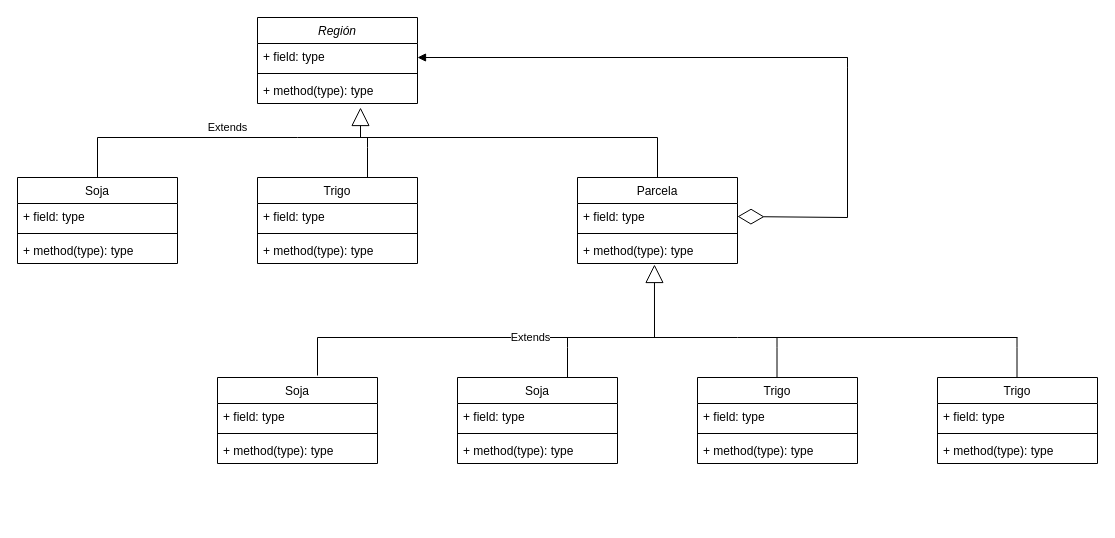
This is unq-po2-tpComposite-Cultivos.drawio from nhubczyk/Diagramas-UML, a draw.io file, before an edit. Source tidied: cells renumbered, new cells numbered last; positions are measured from the earlier drawing's top-left corner, leaving out a move shared by most shapes. Both pictures are drawn from the tidied source at 100%, with x=0, y=0 at pixel (17, 17).
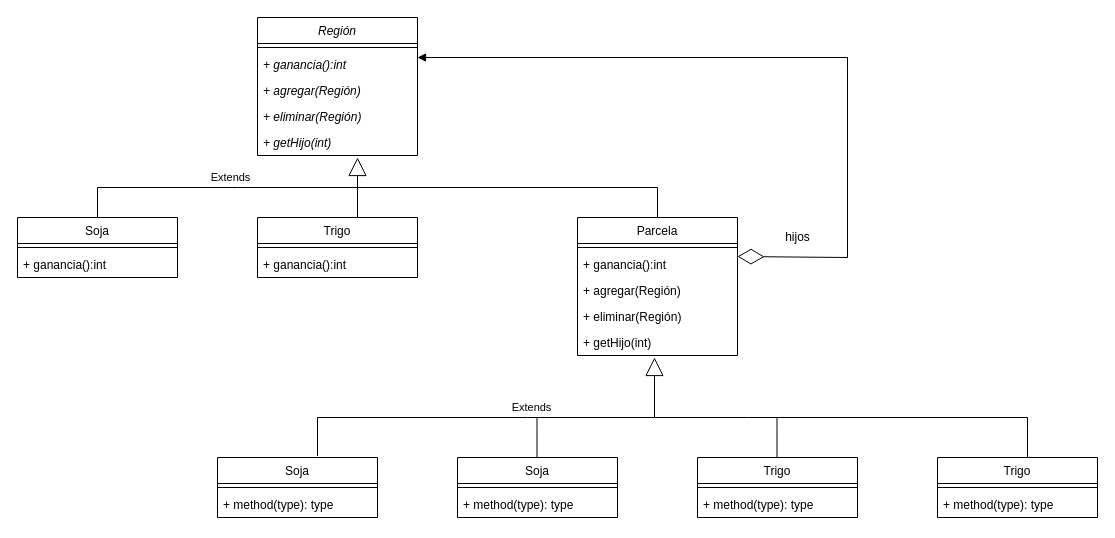
Above is the later version.

What changed in the source:
```diff
@@
     <mxCell id="2" value="Región" style="swimlane;fontStyle=2;align=center;verticalAlign=top;horizontal=1;startSize=26;" parent="1" vertex="1">
-      <mxGeometry x="240" width="160" height="86" as="geometry" />
+      <mxGeometry x="240" width="160" height="138" as="geometry" />
     </mxCell>
-    <mxCell id="3" value="+ field: type" style="text;strokeColor=none;fillColor=none;align=left;verticalAlign=top;spacingLeft=4;spacingRight=4;overflow=hidden;" parent="2" vertex="1">
-      <mxGeometry y="26" width="160" height="26" as="geometry" />
-    </mxCell>
     <mxCell id="4" style="line;strokeWidth=1;fillColor=none;align=left;verticalAlign=middle;spacingTop=-1;spacingLeft=3;spacingRight=3;labelPosition=right;strokeColor=inherit;" parent="2" vertex="1">
-      <mxGeometry y="52" width="160" height="8" as="geometry" />
+      <mxGeometry y="26" width="160" height="8" as="geometry" />
     </mxCell>
-    <mxCell id="5" value="+ method(type): type" style="text;strokeColor=none;fillColor=none;align=left;verticalAlign=top;spacingLeft=4;spacingRight=4;overflow=hidden;" parent="2" vertex="1">
-      <mxGeometry y="60" width="160" height="26" as="geometry" />
+    <mxCell id="5" value="+ ganancia():int" style="text;strokeColor=none;fillColor=none;align=left;verticalAlign=top;spacingLeft=4;spacingRight=4;overflow=hidden;fontStyle=2;" parent="2" vertex="1">
+      <mxGeometry y="34" width="160" height="26" as="geometry" />
     </mxCell>
+    <mxCell id="44" value="+ agregar(Región)" style="text;strokeColor=none;fillColor=none;align=left;verticalAlign=top;spacingLeft=4;spacingRight=4;overflow=hidden;fontStyle=2;" parent="2" vertex="1">
+      <mxGeometry y="60" width="160" height="26" as="geometry" />
+    </mxCell>
+    <mxCell id="45" value="+ eliminar(Región)" style="text;strokeColor=none;fillColor=none;align=left;verticalAlign=top;spacingLeft=4;spacingRight=4;overflow=hidden;fontStyle=2;" parent="2" vertex="1">
+      <mxGeometry y="86" width="160" height="26" as="geometry" />
+    </mxCell>
+    <mxCell id="46" value="+ getHijo(int)" style="text;strokeColor=none;fillColor=none;align=left;verticalAlign=top;spacingLeft=4;spacingRight=4;overflow=hidden;fontStyle=2;" parent="2" vertex="1">
+      <mxGeometry y="112" width="160" height="26" as="geometry" />
+    </mxCell>
     <mxCell id="6" value="Soja" style="swimlane;fontStyle=0;align=center;verticalAlign=top;horizontal=1;startSize=26;" parent="1" vertex="1">
-      <mxGeometry y="160" width="160" height="86" as="geometry" />
+      <mxGeometry y="200" width="160" height="60" as="geometry" />
     </mxCell>
-    <mxCell id="7" value="+ field: type" style="text;strokeColor=none;fillColor=none;align=left;verticalAlign=top;spacingLeft=4;spacingRight=4;overflow=hidden;" parent="6" vertex="1">
-      <mxGeometry y="26" width="160" height="26" as="geometry" />
-    </mxCell>
     <mxCell id="8" style="line;strokeWidth=1;fillColor=none;align=left;verticalAlign=middle;spacingTop=-1;spacingLeft=3;spacingRight=3;labelPosition=right;strokeColor=inherit;" parent="6" vertex="1">
-      <mxGeometry y="52" width="160" height="8" as="geometry" />
+      <mxGeometry y="26" width="160" height="8" as="geometry" />
     </mxCell>
-    <mxCell id="9" value="+ method(type): type" style="text;strokeColor=none;fillColor=none;align=left;verticalAlign=top;spacingLeft=4;spacingRight=4;overflow=hidden;" parent="6" vertex="1">
-      <mxGeometry y="60" width="160" height="26" as="geometry" />
-    </mxCell>
+    <mxCell id="47" value="+ ganancia():int" style="text;strokeColor=none;fillColor=none;align=left;verticalAlign=top;spacingLeft=4;spacingRight=4;overflow=hidden;fontStyle=0;" parent="6" vertex="1">
+      <mxGeometry y="34" width="160" height="26" as="geometry" />
+    </mxCell>
     <mxCell id="10" value="Trigo" style="swimlane;fontStyle=0;align=center;verticalAlign=top;horizontal=1;startSize=26;" parent="1" vertex="1">
-      <mxGeometry x="240" y="160" width="160" height="86" as="geometry" />
+      <mxGeometry x="240" y="200" width="160" height="60" as="geometry" />
     </mxCell>
-    <mxCell id="11" value="+ field: type" style="text;strokeColor=none;fillColor=none;align=left;verticalAlign=top;spacingLeft=4;spacingRight=4;overflow=hidden;" parent="10" vertex="1">
-      <mxGeometry y="26" width="160" height="26" as="geometry" />
-    </mxCell>
     <mxCell id="12" style="line;strokeWidth=1;fillColor=none;align=left;verticalAlign=middle;spacingTop=-1;spacingLeft=3;spacingRight=3;labelPosition=right;strokeColor=inherit;" parent="10" vertex="1">
-      <mxGeometry y="52" width="160" height="8" as="geometry" />
+      <mxGeometry y="26" width="160" height="8" as="geometry" />
     </mxCell>
-    <mxCell id="13" value="+ method(type): type" style="text;strokeColor=none;fillColor=none;align=left;verticalAlign=top;spacingLeft=4;spacingRight=4;overflow=hidden;" parent="10" vertex="1">
-      <mxGeometry y="60" width="160" height="26" as="geometry" />
-    </mxCell>
+    <mxCell id="48" value="+ ganancia():int" style="text;strokeColor=none;fillColor=none;align=left;verticalAlign=top;spacingLeft=4;spacingRight=4;overflow=hidden;fontStyle=0;" parent="10" vertex="1">
+      <mxGeometry y="34" width="160" height="26" as="geometry" />
+    </mxCell>
     <mxCell id="14" value="Parcela" style="swimlane;fontStyle=0;align=center;verticalAlign=top;horizontal=1;startSize=26;" parent="1" vertex="1">
-      <mxGeometry x="560" y="160" width="160" height="86" as="geometry" />
+      <mxGeometry x="560" y="200" width="160" height="138" as="geometry" />
     </mxCell>
-    <mxCell id="15" value="+ field: type" style="text;strokeColor=none;fillColor=none;align=left;verticalAlign=top;spacingLeft=4;spacingRight=4;overflow=hidden;points=[[0,0.5],[1,0.5]];portConstraint=eastwest;" parent="14" vertex="1">
-      <mxGeometry y="26" width="160" height="26" as="geometry" />
-    </mxCell>
     <mxCell id="16" style="line;strokeWidth=1;fillColor=none;align=left;verticalAlign=middle;spacingTop=-1;spacingLeft=3;spacingRight=3;labelPosition=right;strokeColor=inherit;" parent="14" vertex="1">
-      <mxGeometry y="52" width="160" height="8" as="geometry" />
+      <mxGeometry y="26" width="160" height="8" as="geometry" />
     </mxCell>
-    <mxCell id="17" value="+ method(type): type" style="text;strokeColor=none;fillColor=none;align=left;verticalAlign=top;spacingLeft=4;spacingRight=4;overflow=hidden;points=[[0,0.5],[1,0.5]];portConstraint=eastwest;" parent="14" vertex="1">
-      <mxGeometry y="60" width="160" height="26" as="geometry" />
-    </mxCell>
+    <mxCell id="49" value="+ ganancia():int" style="text;strokeColor=none;fillColor=none;align=left;verticalAlign=top;spacingLeft=4;spacingRight=4;overflow=hidden;fontStyle=0;" parent="14" vertex="1">
+      <mxGeometry y="34" width="160" height="26" as="geometry" />
+    </mxCell>
+    <mxCell id="50" value="+ agregar(Región)" style="text;strokeColor=none;fillColor=none;align=left;verticalAlign=top;spacingLeft=4;spacingRight=4;overflow=hidden;fontStyle=0;" parent="14" vertex="1">
+      <mxGeometry y="60" width="160" height="26" as="geometry" />
+    </mxCell>
+    <mxCell id="51" value="+ eliminar(Región)" style="text;strokeColor=none;fillColor=none;align=left;verticalAlign=top;spacingLeft=4;spacingRight=4;overflow=hidden;fontStyle=0;" parent="14" vertex="1">
+      <mxGeometry y="86" width="160" height="26" as="geometry" />
+    </mxCell>
+    <mxCell id="52" value="+ getHijo(int)" style="text;strokeColor=none;fillColor=none;align=left;verticalAlign=top;spacingLeft=4;spacingRight=4;overflow=hidden;fontStyle=0;" parent="14" vertex="1">
+      <mxGeometry y="112" width="160" height="26" as="geometry" />
+    </mxCell>
     <mxCell id="18" value="Soja" style="swimlane;fontStyle=0;align=center;verticalAlign=top;horizontal=1;startSize=26;" parent="1" vertex="1">
-      <mxGeometry x="200" y="360" width="160" height="86" as="geometry" />
+      <mxGeometry x="200" y="440" width="160" height="60" as="geometry" />
     </mxCell>
-    <mxCell id="19" value="+ field: type" style="text;strokeColor=none;fillColor=none;align=left;verticalAlign=top;spacingLeft=4;spacingRight=4;overflow=hidden;" parent="18" vertex="1">
-      <mxGeometry y="26" width="160" height="26" as="geometry" />
-    </mxCell>
     <mxCell id="20" style="line;strokeWidth=1;fillColor=none;align=left;verticalAlign=middle;spacingTop=-1;spacingLeft=3;spacingRight=3;labelPosition=right;strokeColor=inherit;" parent="18" vertex="1">
-      <mxGeometry y="52" width="160" height="8" as="geometry" />
+      <mxGeometry y="26" width="160" height="8" as="geometry" />
     </mxCell>
     <mxCell id="21" value="+ method(type): type" style="text;strokeColor=none;fillColor=none;align=left;verticalAlign=top;spacingLeft=4;spacingRight=4;overflow=hidden;" parent="18" vertex="1">
-      <mxGeometry y="60" width="160" height="26" as="geometry" />
+      <mxGeometry y="34" width="160" height="26" as="geometry" />
     </mxCell>
     <mxCell id="22" value="Soja" style="swimlane;fontStyle=0;align=center;verticalAlign=top;horizontal=1;startSize=26;" parent="1" vertex="1">
-      <mxGeometry x="440" y="360" width="160" height="86" as="geometry" />
+      <mxGeometry x="440" y="440" width="160" height="60" as="geometry" />
     </mxCell>
-    <mxCell id="23" value="+ field: type" style="text;strokeColor=none;fillColor=none;align=left;verticalAlign=top;spacingLeft=4;spacingRight=4;overflow=hidden;" parent="22" vertex="1">
-      <mxGeometry y="26" width="160" height="26" as="geometry" />
-    </mxCell>
     <mxCell id="24" style="line;strokeWidth=1;fillColor=none;align=left;verticalAlign=middle;spacingTop=-1;spacingLeft=3;spacingRight=3;labelPosition=right;strokeColor=inherit;" parent="22" vertex="1">
-      <mxGeometry y="52" width="160" height="8" as="geometry" />
+      <mxGeometry y="26" width="160" height="8" as="geometry" />
     </mxCell>
     <mxCell id="25" value="+ method(type): type" style="text;strokeColor=none;fillColor=none;align=left;verticalAlign=top;spacingLeft=4;spacingRight=4;overflow=hidden;" parent="22" vertex="1">
-      <mxGeometry y="60" width="160" height="26" as="geometry" />
+      <mxGeometry y="34" width="160" height="26" as="geometry" />
     </mxCell>
     <mxCell id="26" value="Trigo" style="swimlane;fontStyle=0;align=center;verticalAlign=top;horizontal=1;startSize=26;" parent="1" vertex="1">
-      <mxGeometry x="680" y="360" width="160" height="86" as="geometry" />
+      <mxGeometry x="680" y="440" width="160" height="60" as="geometry" />
     </mxCell>
-    <mxCell id="27" value="+ field: type" style="text;strokeColor=none;fillColor=none;align=left;verticalAlign=top;spacingLeft=4;spacingRight=4;overflow=hidden;" parent="26" vertex="1">
-      <mxGeometry y="26" width="160" height="26" as="geometry" />
-    </mxCell>
     <mxCell id="28" style="line;strokeWidth=1;fillColor=none;align=left;verticalAlign=middle;spacingTop=-1;spacingLeft=3;spacingRight=3;labelPosition=right;strokeColor=inherit;" parent="26" vertex="1">
-      <mxGeometry y="52" width="160" height="8" as="geometry" />
+      <mxGeometry y="26" width="160" height="8" as="geometry" />
     </mxCell>
     <mxCell id="29" value="+ method(type): type" style="text;strokeColor=none;fillColor=none;align=left;verticalAlign=top;spacingLeft=4;spacingRight=4;overflow=hidden;" parent="26" vertex="1">
-      <mxGeometry y="60" width="160" height="26" as="geometry" />
+      <mxGeometry y="34" width="160" height="26" as="geometry" />
     </mxCell>
     <mxCell id="30" value="Trigo" style="swimlane;fontStyle=0;align=center;verticalAlign=top;horizontal=1;startSize=26;" parent="1" vertex="1">
-      <mxGeometry x="920" y="360" width="160" height="86" as="geometry" />
+      <mxGeometry x="920" y="440" width="160" height="60" as="geometry" />
     </mxCell>
-    <mxCell id="31" value="+ field: type" style="text;strokeColor=none;fillColor=none;align=left;verticalAlign=top;spacingLeft=4;spacingRight=4;overflow=hidden;" parent="30" vertex="1">
-      <mxGeometry y="26" width="160" height="26" as="geometry" />
-    </mxCell>
     <mxCell id="32" style="line;strokeWidth=1;fillColor=none;align=left;verticalAlign=middle;spacingTop=-1;spacingLeft=3;spacingRight=3;labelPosition=right;strokeColor=inherit;" parent="30" vertex="1">
-      <mxGeometry y="52" width="160" height="8" as="geometry" />
+      <mxGeometry y="26" width="160" height="8" as="geometry" />
     </mxCell>
     <mxCell id="33" value="+ method(type): type" style="text;strokeColor=none;fillColor=none;align=left;verticalAlign=top;spacingLeft=4;spacingRight=4;overflow=hidden;" parent="30" vertex="1">
-      <mxGeometry y="60" width="160" height="26" as="geometry" />
+      <mxGeometry y="34" width="160" height="26" as="geometry" />
     </mxCell>
-    <mxCell id="34" value="Extends" style="endArrow=block;endSize=16;endFill=0;html=1;rounded=0;exitX=0.625;exitY=-0.023;exitDx=0;exitDy=0;exitPerimeter=0;entryX=0.481;entryY=1.038;entryDx=0;entryDy=0;entryPerimeter=0;" parent="1" edge="1" source="18" target="17">
-      <mxGeometry x="0.12" relative="1" as="geometry">
+    <mxCell id="34" value="Extends" style="endArrow=block;endSize=16;endFill=0;html=1;rounded=0;exitX=0.625;exitY=-0.023;exitDx=0;exitDy=0;exitPerimeter=0;" parent="1" edge="1" source="18">
+      <mxGeometry x="0.16" y="10" relative="1" as="geometry">
+        <mxPoint x="637" y="340" as="targetPoint" />
         <Array as="points">
-          <mxPoint x="300" y="320" />
-          <mxPoint x="510" y="320" />
-          <mxPoint x="637" y="320" />
+          <mxPoint x="300" y="400" />
+          <mxPoint x="510" y="400" />
+          <mxPoint x="637" y="400" />
         </Array>
       </mxGeometry>
     </mxCell>
     <mxCell id="35" style="endArrow=none;html=1;edgeStyle=orthogonalEdgeStyle;rounded=0;" parent="1" edge="1">
       <mxGeometry relative="1" as="geometry">
-        <mxPoint x="630" y="320" as="sourcePoint" />
-        <mxPoint x="1000" y="320" as="targetPoint" />
+        <mxPoint x="630" y="400" as="sourcePoint" />
+        <mxPoint x="1010" y="400" as="targetPoint" />
         <Array as="points">
-          <mxPoint x="720" y="320" />
-          <mxPoint x="720" y="320" />
+          <mxPoint x="730" y="400" />
+          <mxPoint x="730" y="400" />
         </Array>
       </mxGeometry>
     </mxCell>
     <mxCell id="36" style="endArrow=none;html=1;edgeStyle=orthogonalEdgeStyle;rounded=0;" parent="1" edge="1">
       <mxGeometry relative="1" as="geometry">
-        <mxPoint x="550" y="320" as="sourcePoint" />
-        <mxPoint x="550" y="360" as="targetPoint" />
+        <mxPoint x="519.5" y="400" as="sourcePoint" />
+        <mxPoint x="519.5" y="440" as="targetPoint" />
         <Array as="points">
-          <mxPoint x="550" y="330" />
-          <mxPoint x="550" y="330" />
+          <mxPoint x="519.5" y="410" />
+          <mxPoint x="519.5" y="410" />
         </Array>
       </mxGeometry>
     </mxCell>
     <mxCell id="37" style="endArrow=none;html=1;edgeStyle=orthogonalEdgeStyle;rounded=0;" parent="1" edge="1">
       <mxGeometry relative="1" as="geometry">
-        <mxPoint x="759.5" y="320" as="sourcePoint" />
-        <mxPoint x="759.5" y="360" as="targetPoint" />
+        <mxPoint x="759.5" y="400" as="sourcePoint" />
+        <mxPoint x="759.5" y="440" as="targetPoint" />
         <Array as="points">
-          <mxPoint x="759.5" y="330" />
-          <mxPoint x="759.5" y="330" />
+          <mxPoint x="759.5" y="410" />
+          <mxPoint x="759.5" y="410" />
         </Array>
       </mxGeometry>
     </mxCell>
     <mxCell id="38" style="endArrow=none;html=1;edgeStyle=orthogonalEdgeStyle;rounded=0;" parent="1" edge="1">
       <mxGeometry relative="1" as="geometry">
-        <mxPoint x="999.5" y="320" as="sourcePoint" />
-        <mxPoint x="999.5" y="360" as="targetPoint" />
+        <mxPoint x="1010" y="400" as="sourcePoint" />
+        <mxPoint x="1010" y="440" as="targetPoint" />
         <Array as="points">
-          <mxPoint x="999.5" y="330" />
-          <mxPoint x="999.5" y="330" />
+          <mxPoint x="1010" y="410" />
+          <mxPoint x="1010" y="410" />
         </Array>
       </mxGeometry>
     </mxCell>
-    <mxCell id="39" style="endArrow=diamondThin;endFill=0;endSize=24;html=1;rounded=0;entryX=1;entryY=0.5;entryDx=0;entryDy=0;" parent="1" edge="1" target="15">
+    <mxCell id="39" style="endArrow=diamondThin;endFill=0;endSize=24;html=1;rounded=0;entryX=1;entryY=0.5;entryDx=0;entryDy=0;" parent="1" edge="1">
       <mxGeometry relative="1" as="geometry">
         <mxPoint x="830" y="50" as="sourcePoint" />
+        <mxPoint x="720" y="239" as="targetPoint" />
         <Array as="points">
           <mxPoint x="830" y="40" />
           <mxPoint x="830" y="50" />
-          <mxPoint x="830" y="200" />
+          <mxPoint x="830" y="240" />
         </Array>
       </mxGeometry>
     </mxCell>
@@
     <mxCell id="41" value="Extends" style="endArrow=block;endSize=16;endFill=0;html=1;rounded=0;exitX=0.5;exitY=0;exitDx=0;exitDy=0;" parent="1" edge="1" source="6">
       <mxGeometry x="0.02" y="10" relative="1" as="geometry">
-        <mxPoint x="343" y="90" as="targetPoint" />
+        <mxPoint x="340" y="140" as="targetPoint" />
         <Array as="points">
-          <mxPoint x="80" y="120" />
-          <mxPoint x="280" y="120" />
-          <mxPoint x="343" y="120" />
+          <mxPoint x="80" y="170" />
+          <mxPoint x="220" y="170" />
+          <mxPoint x="340" y="170" />
         </Array>
       </mxGeometry>
     </mxCell>
     <mxCell id="42" style="endArrow=none;html=1;edgeStyle=orthogonalEdgeStyle;rounded=0;" parent="1" edge="1">
       <mxGeometry relative="1" as="geometry">
-        <mxPoint x="340" y="120" as="sourcePoint" />
-        <mxPoint x="640" y="160" as="targetPoint" />
+        <mxPoint x="340" y="170" as="sourcePoint" />
+        <mxPoint x="640" y="200" as="targetPoint" />
         <Array as="points">
-          <mxPoint x="640" y="120" />
+          <mxPoint x="640" y="170" />
         </Array>
       </mxGeometry>
     </mxCell>
     <mxCell id="43" style="endArrow=none;html=1;edgeStyle=orthogonalEdgeStyle;rounded=0;" parent="1" edge="1">
       <mxGeometry relative="1" as="geometry">
-        <mxPoint x="350" y="120" as="sourcePoint" />
-        <mxPoint x="350" y="160" as="targetPoint" />
+        <mxPoint x="340" y="160" as="sourcePoint" />
+        <mxPoint x="340" y="200" as="targetPoint" />
         <Array as="points">
-          <mxPoint x="350" y="130" />
-          <mxPoint x="350" y="130" />
+          <mxPoint x="340" y="170" />
+          <mxPoint x="340" y="170" />
         </Array>
       </mxGeometry>
     </mxCell>
+    <mxCell id="53" value="hijos" style="text;html=1;align=center;verticalAlign=middle;strokeColor=none;fillColor=none;" parent="1" vertex="1">
+      <mxGeometry x="755" y="205" width="50" height="30" as="geometry" />
+    </mxCell>
```
